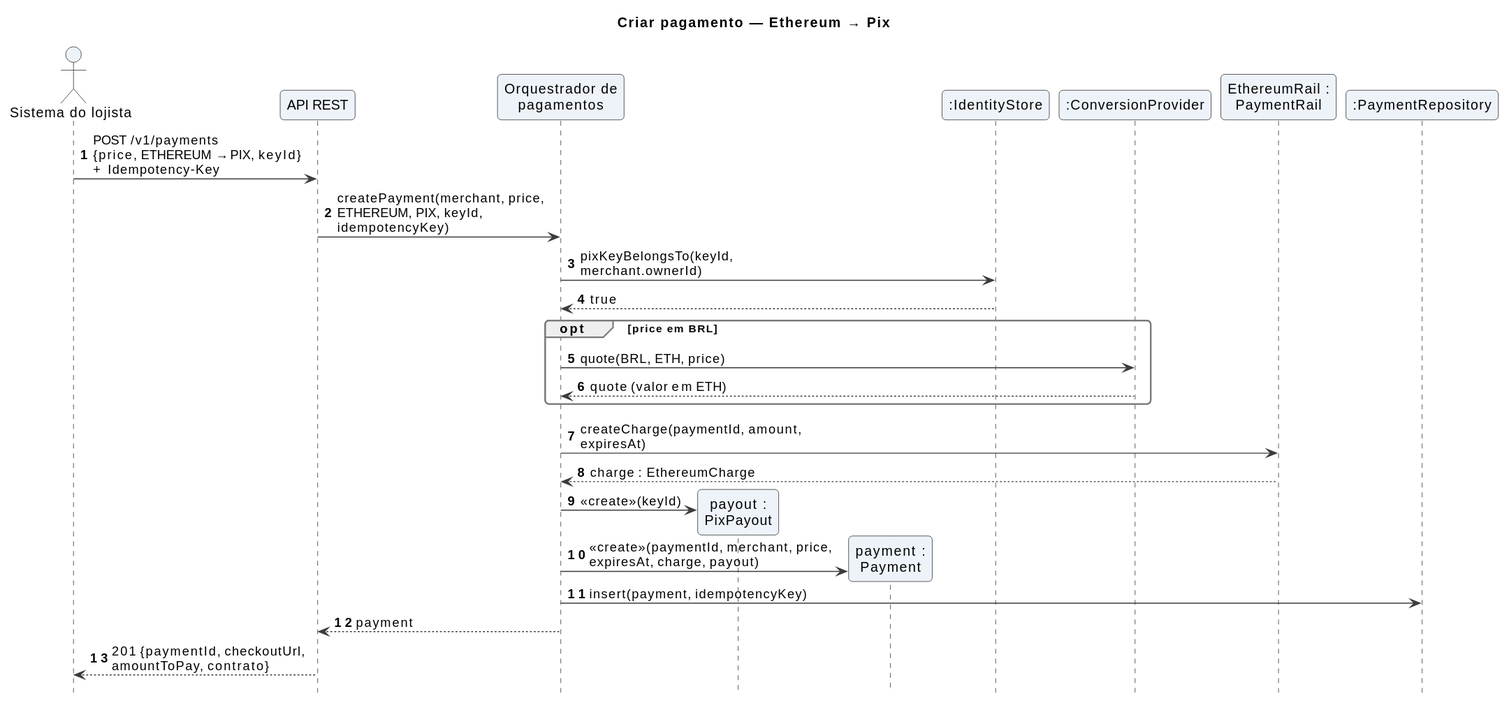
Above: docs/diagrams/svg/fluxos/seq-criar-pagamento-eth-pix.svg in BrunoViotto18/Pixeth (PlantUML), before the change. The source it was exported from:
```plantuml
@startuml
!include ../_estilo.iuml
hide footbox
autonumber

title Criar pagamento — Ethereum → Pix

actor "Sistema do lojista" as SL
participant "API REST" as API
participant "Orquestrador de\npagamentos" as ORQ
participant "payout :\nPixPayout" as PO
participant "payment :\nPayment" as PAY
participant ":IdentityStore" as IDS
participant ":ConversionProvider" as CONV
participant "EthereumRail :\nPaymentRail" as RAIL
participant ":PaymentRepository" as REPO

SL -> API : POST /v1/payments\n{price, ETHEREUM → PIX, keyId}\n+ Idempotency-Key
API -> ORQ : createPayment(merchant, price,\nETHEREUM, PIX, keyId, idempotencyKey)
ORQ -> IDS : pixKeyBelongsTo(keyId, merchant.ownerId)
IDS --> ORQ : true
opt price em BRL
  ORQ -> CONV : quote(BRL, ETH, price)
  CONV --> ORQ : quote (valor em ETH)
end
ORQ -> RAIL : createCharge(paymentId, amount, expiresAt)
RAIL --> ORQ : charge : EthereumCharge
create PO
ORQ -> PO : «create»(keyId)
create PAY
ORQ -> PAY : «create»(paymentId, merchant, price,\nexpiresAt, charge, payout)
ORQ -> REPO : insert(payment, idempotencyKey)
ORQ --> API : payment
API --> SL : 201 {paymentId, checkoutUrl,\namountToPay, contrato}
@enduml
```
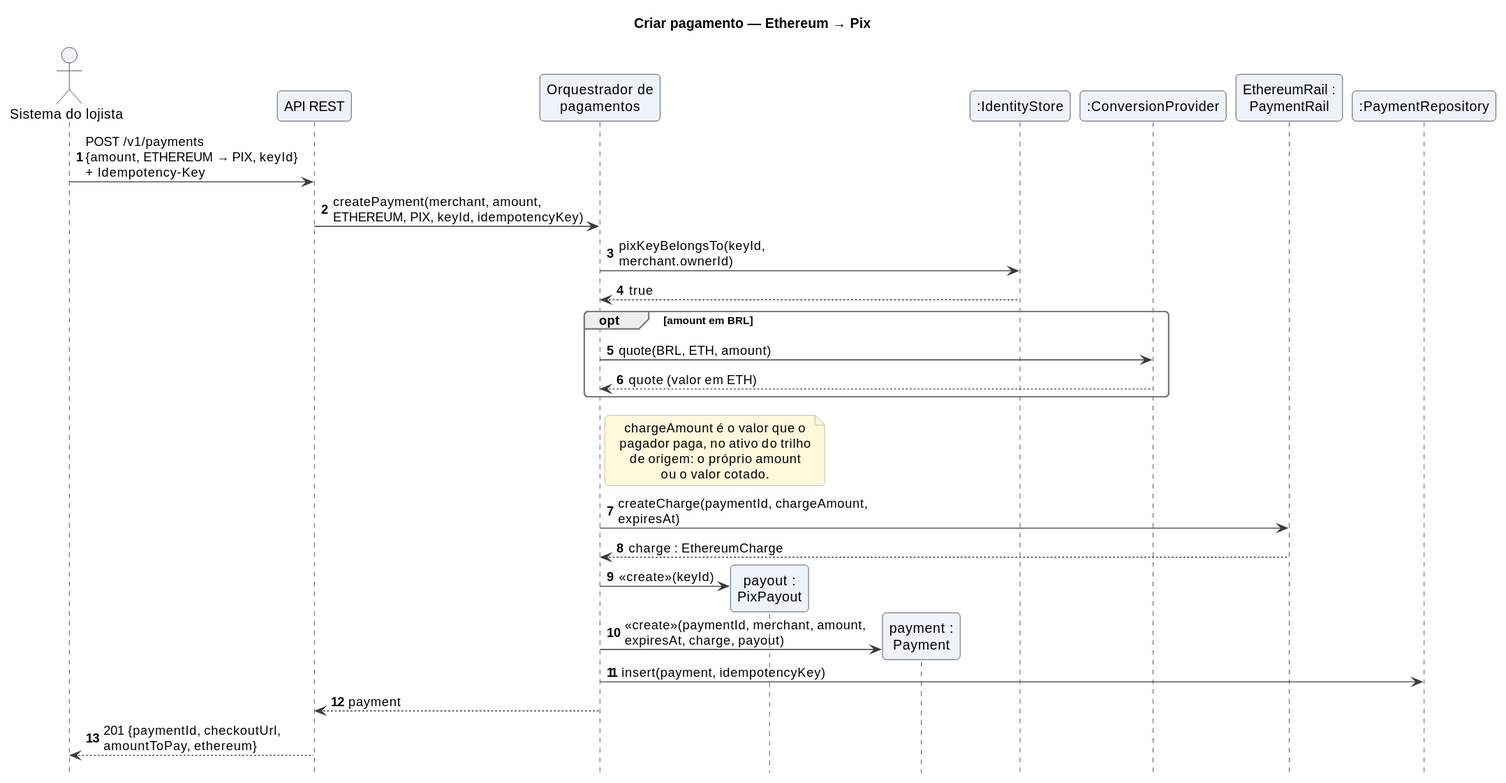
The same file after the commit.

The edit, as a diff of the source:
```diff
@@ -15,21 +15,27 @@
 participant "EthereumRail :\nPaymentRail" as RAIL
 participant ":PaymentRepository" as REPO
 
-SL -> API : POST /v1/payments\n{price, ETHEREUM → PIX, keyId}\n+ Idempotency-Key
-API -> ORQ : createPayment(merchant, price,\nETHEREUM, PIX, keyId, idempotencyKey)
+SL -> API : POST /v1/payments\n{amount, ETHEREUM → PIX, keyId}\n+ Idempotency-Key
+API -> ORQ : createPayment(merchant, amount,\nETHEREUM, PIX, keyId, idempotencyKey)
 ORQ -> IDS : pixKeyBelongsTo(keyId, merchant.ownerId)
 IDS --> ORQ : true
-opt price em BRL
-  ORQ -> CONV : quote(BRL, ETH, price)
+opt amount em BRL
+  ORQ -> CONV : quote(BRL, ETH, amount)
   CONV --> ORQ : quote (valor em ETH)
 end
-ORQ -> RAIL : createCharge(paymentId, amount, expiresAt)
+note right of ORQ
+  chargeAmount é o valor que o
+  pagador paga, no ativo do trilho
+  de origem: o próprio amount
+  ou o valor cotado.
+end note
+ORQ -> RAIL : createCharge(paymentId, chargeAmount, expiresAt)
 RAIL --> ORQ : charge : EthereumCharge
 create PO
 ORQ -> PO : «create»(keyId)
 create PAY
-ORQ -> PAY : «create»(paymentId, merchant, price,\nexpiresAt, charge, payout)
+ORQ -> PAY : «create»(paymentId, merchant, amount,\nexpiresAt, charge, payout)
 ORQ -> REPO : insert(payment, idempotencyKey)
 ORQ --> API : payment
-API --> SL : 201 {paymentId, checkoutUrl,\namountToPay, contrato}
+API --> SL : 201 {paymentId, checkoutUrl,\namountToPay, ethereum}
 @enduml
```
